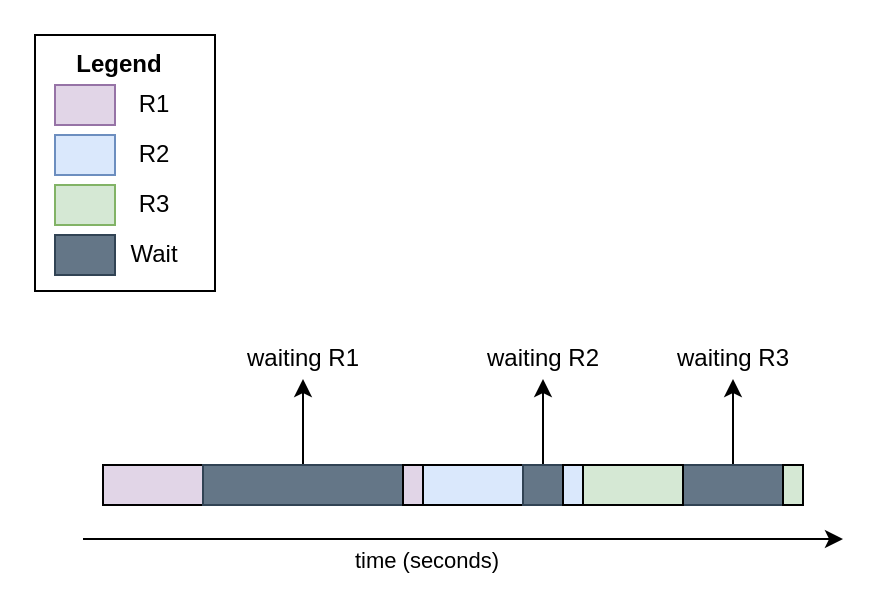
Before: page "HttpSync" (1 of 2) of posts/2021/2021-05-29-python-async/diagrams.drawio in guilatrova/latrovacommits-articles, a draw.io diagram. Source tidied: cells renumbered, new cells numbered last; positions are measured from the earlier drawing's top-left corner, leaving out a move shared by most shapes. Both pictures are drawn from the tidied source at 200%, with x=0, y=0 at pixel (34, 34).
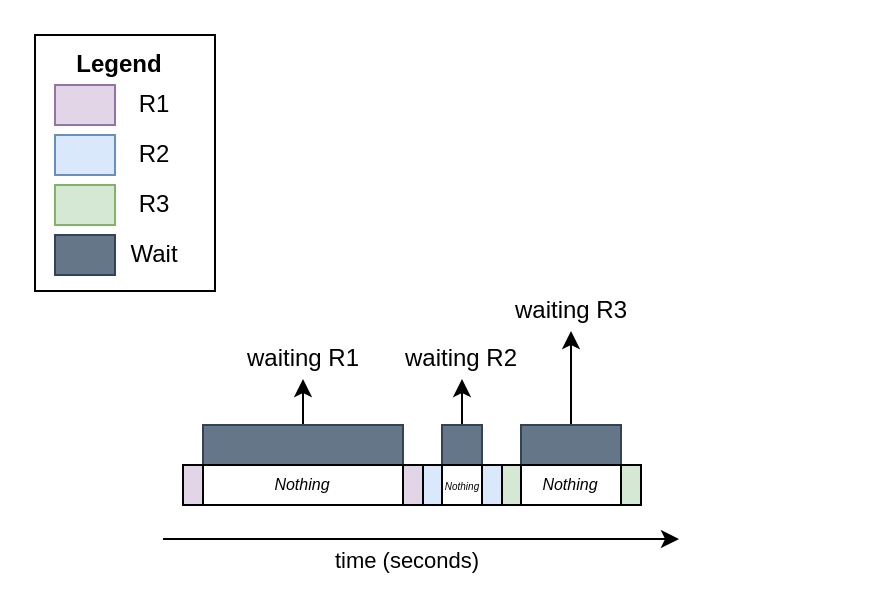
The same diagram, later.

Commit message (it also covers changes not shown here):
2021(python-async): implement diagram for async

The edit, as a diff of the source:
```diff
@@
     <mxCell id="2" style="endArrow=classic;html=1;" parent="1" edge="1">
       <mxGeometry relative="1" as="geometry">
-        <mxPoint x="24" y="252" as="sourcePoint" />
-        <mxPoint x="404" y="252" as="targetPoint" />
+        <mxPoint x="64" y="252" as="sourcePoint" />
+        <mxPoint x="322" y="252" as="targetPoint" />
       </mxGeometry>
     </mxCell>
@@
     <mxCell id="4" style="rounded=0;whiteSpace=wrap;html=1;fillColor=#e1d5e7;" parent="1" vertex="1">
-      <mxGeometry x="34" y="215" width="50" height="20" as="geometry" />
+      <mxGeometry x="74" y="215" width="10" height="20" as="geometry" />
     </mxCell>
@@
     <mxCell id="15" style="rounded=0;whiteSpace=wrap;html=1;fillColor=#647687;fontColor=#ffffff;strokeColor=#314354;" parent="1" vertex="1">
-      <mxGeometry x="84" y="215" width="100" height="20" as="geometry" />
+      <mxGeometry x="84" y="195" width="100" height="20" as="geometry" />
     </mxCell>
@@
     <mxCell id="17" style="rounded=0;whiteSpace=wrap;html=1;fillColor=#dae8fc;" parent="1" vertex="1">
-      <mxGeometry x="194" y="215" width="50" height="20" as="geometry" />
+      <mxGeometry x="194" y="215" width="10" height="20" as="geometry" />
     </mxCell>
@@
     <mxCell id="19" style="rounded=0;whiteSpace=wrap;html=1;fillColor=#647687;fontColor=#ffffff;strokeColor=#314354;" parent="1" vertex="1">
-      <mxGeometry x="244" y="215" width="20" height="20" as="geometry" />
+      <mxGeometry x="203.5" y="195" width="20" height="20" as="geometry" />
     </mxCell>
@@
     <mxCell id="21" style="rounded=0;whiteSpace=wrap;html=1;fillColor=#647687;fontColor=#ffffff;strokeColor=#314354;" parent="1" vertex="1">
-      <mxGeometry x="324" y="215" width="50" height="20" as="geometry" />
+      <mxGeometry x="243" y="195" width="50" height="20" as="geometry" />
     </mxCell>
     <mxCell id="22" style="rounded=0;whiteSpace=wrap;html=1;fillColor=#dae8fc;" parent="1" vertex="1">
-      <mxGeometry x="264" y="215" width="10" height="20" as="geometry" />
+      <mxGeometry x="223.5" y="215" width="10" height="20" as="geometry" />
     </mxCell>
     <mxCell id="23" style="rounded=0;whiteSpace=wrap;html=1;fillColor=#d5e8d4;" parent="1" vertex="1">
-      <mxGeometry x="274" y="215" width="50" height="20" as="geometry" />
+      <mxGeometry x="233.5" y="215" width="10" height="20" as="geometry" />
     </mxCell>
     <mxCell id="24" style="rounded=0;whiteSpace=wrap;html=1;fillColor=#d5e8d4;" parent="1" vertex="1">
-      <mxGeometry x="374" y="215" width="10" height="20" as="geometry" />
+      <mxGeometry x="293" y="215" width="10" height="20" as="geometry" />
     </mxCell>
@@
     <mxCell id="26" value="waiting R2" style="text;html=1;strokeColor=none;fillColor=none;align=center;verticalAlign=middle;whiteSpace=wrap;rounded=0;" parent="1" vertex="1">
-      <mxGeometry x="221.5" y="152" width="65" height="20" as="geometry" />
+      <mxGeometry x="181" y="152" width="65" height="20" as="geometry" />
     </mxCell>
     <mxCell id="27" value="waiting R3" style="text;html=1;strokeColor=none;fillColor=none;align=center;verticalAlign=middle;whiteSpace=wrap;rounded=0;" parent="1" vertex="1">
-      <mxGeometry x="316.5" y="152" width="65" height="20" as="geometry" />
+      <mxGeometry x="235.5" y="128" width="65" height="20" as="geometry" />
     </mxCell>
@@
+    <mxCell id="29" value="&lt;i style=&quot;font-size: 8px;&quot;&gt;Nothing&lt;/i&gt;" style="rounded=0;whiteSpace=wrap;html=1;strokeColor=#000000;align=center;fontSize=8;" parent="1" vertex="1">
+      <mxGeometry x="84" y="215" width="100" height="20" as="geometry" />
+    </mxCell>
+    <mxCell id="30" value="&lt;i&gt;&lt;font style=&quot;font-size: 5px&quot;&gt;Nothing&lt;/font&gt;&lt;/i&gt;" style="rounded=0;whiteSpace=wrap;html=1;strokeColor=#000000;align=center;fontSize=8;" parent="1" vertex="1">
+      <mxGeometry x="203.5" y="215" width="20" height="20" as="geometry" />
+    </mxCell>
+    <mxCell id="31" value="&lt;i style=&quot;font-size: 8px;&quot;&gt;Nothing&lt;/i&gt;" style="rounded=0;whiteSpace=wrap;html=1;strokeColor=#000000;align=center;fontSize=8;" parent="1" vertex="1">
+      <mxGeometry x="243" y="215" width="50" height="20" as="geometry" />
+    </mxCell>
```
